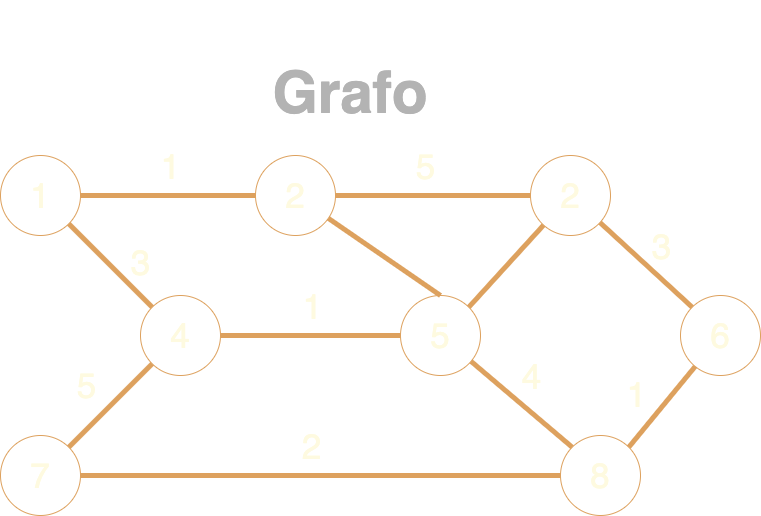
Before: src/img/grafo.png, a diagram exported from draw.io (MarioML-CR/grafo-secuencial). Source tidied: cells renumbered, new cells last; positions are measured from the earlier drawing's top-left corner, leaving out a move shared by most shapes.
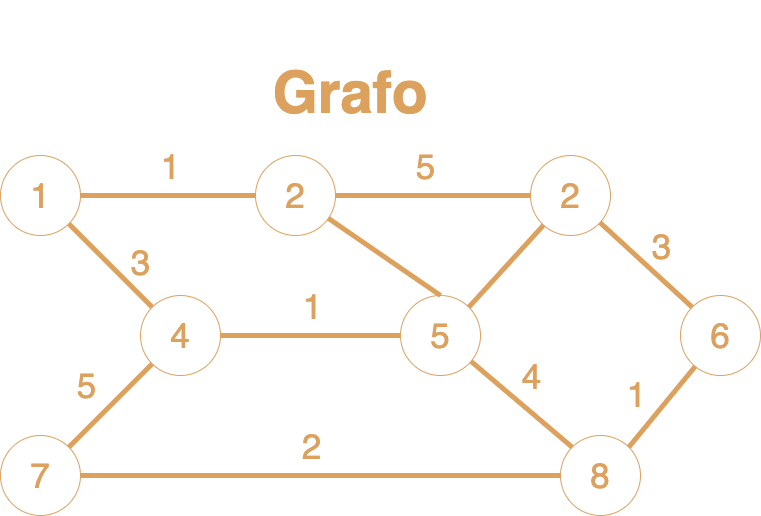
Later version of the same file.

What changed in the source:
```diff
@@ -5,7 +5,7 @@
     <mxCell id="2" style="edgeStyle=orthogonalEdgeStyle;rounded=0;jettySize=auto;html=1;entryX=0;entryY=0.5;entryDx=0;entryDy=0;endArrow=none;endFill=0;strokeWidth=5;fontFamily=open sans;fontSource=https%3A%2F%2Ffonts.googleapis.com%2Fcss%3Ffamily%3Dopen%2Bsans;fontSize=35;strokeColor=#DDA15E;fontColor=#FEFAE0;labelBackgroundColor=#283618;" parent="1" edge="1" source="6" target="10">
       <mxGeometry relative="1" as="geometry" />
     </mxCell>
-    <mxCell id="3" value="1" style="edgeLabel;html=1;align=center;verticalAlign=middle;fontSize=35;fontColor=#FEFAE0;labelBackgroundColor=none;" parent="2" vertex="1">
+    <mxCell id="3" value="&lt;font color=&quot;#dda15e&quot;&gt;1&lt;/font&gt;" style="edgeLabel;html=1;align=center;verticalAlign=middle;fontSize=35;fontColor=#FEFAE0;labelBackgroundColor=none;" parent="2" vertex="1">
       <mxGeometry relative="1" as="geometry">
         <mxPoint x="0.5" y="-30" as="offset" />
       </mxGeometry>
@@ -13,18 +13,18 @@
     <mxCell id="4" style="edgeStyle=none;rounded=0;jettySize=auto;html=1;entryX=0;entryY=0;entryDx=0;entryDy=0;endArrow=none;endFill=0;strokeWidth=5;fontFamily=open sans;fontSource=https%3A%2F%2Ffonts.googleapis.com%2Fcss%3Ffamily%3Dopen%2Bsans;fontSize=35;strokeColor=#DDA15E;fontColor=#FEFAE0;labelBackgroundColor=#283618;" parent="1" edge="1" source="6" target="17">
       <mxGeometry relative="1" as="geometry" />
     </mxCell>
-    <mxCell id="5" value="3" style="edgeLabel;html=1;align=center;verticalAlign=middle;fontSize=35;fontColor=#FEFAE0;labelBackgroundColor=none;" parent="4" vertex="1">
+    <mxCell id="5" value="&lt;font color=&quot;#dda15e&quot;&gt;3&lt;/font&gt;" style="edgeLabel;html=1;align=center;verticalAlign=middle;fontSize=35;fontColor=#FEFAE0;labelBackgroundColor=none;" parent="4" vertex="1">
       <mxGeometry y="4" relative="1" as="geometry">
         <mxPoint x="26.5" as="offset" />
       </mxGeometry>
     </mxCell>
-    <mxCell id="6" value="1" style="ellipse;whiteSpace=wrap;html=1;fillColor=none;fontSize=35;strokeColor=#DDA15E;fontColor=#FEFAE0;" parent="1" vertex="1">
+    <mxCell id="6" value="&lt;font color=&quot;#dda15e&quot;&gt;1&lt;/font&gt;" style="ellipse;whiteSpace=wrap;html=1;fillColor=none;fontSize=35;strokeColor=#DDA15E;fontColor=#FEFAE0;" parent="1" vertex="1">
       <mxGeometry y="140" width="80" height="80" as="geometry" />
     </mxCell>
     <mxCell id="7" style="edgeStyle=orthogonalEdgeStyle;rounded=0;jettySize=auto;html=1;entryX=0;entryY=0.5;entryDx=0;entryDy=0;endArrow=none;endFill=0;strokeWidth=5;fontFamily=open sans;fontSource=https%3A%2F%2Ffonts.googleapis.com%2Fcss%3Ffamily%3Dopen%2Bsans;fontSize=35;strokeColor=#DDA15E;fontColor=#FEFAE0;labelBackgroundColor=#283618;" parent="1" edge="1" source="10" target="14">
       <mxGeometry relative="1" as="geometry" />
     </mxCell>
-    <mxCell id="8" value="5" style="edgeLabel;html=1;align=center;verticalAlign=middle;fontSize=35;fontColor=#FEFAE0;labelBackgroundColor=none;" parent="7" vertex="1">
+    <mxCell id="8" value="&lt;font color=&quot;#dda15e&quot;&gt;5&lt;/font&gt;" style="edgeLabel;html=1;align=center;verticalAlign=middle;fontSize=35;fontColor=#FEFAE0;labelBackgroundColor=none;" parent="7" vertex="1">
       <mxGeometry x="-0.1" y="8" relative="1" as="geometry">
         <mxPoint x="0.5" y="-22" as="offset" />
       </mxGeometry>
@@ -32,13 +32,13 @@
     <mxCell id="9" style="edgeStyle=none;rounded=0;jettySize=auto;html=1;entryX=0.5;entryY=0;entryDx=0;entryDy=0;endArrow=none;endFill=0;strokeWidth=5;fontFamily=open sans;fontSource=https%3A%2F%2Ffonts.googleapis.com%2Fcss%3Ffamily%3Dopen%2Bsans;fontSize=35;strokeColor=#DDA15E;fontColor=#FEFAE0;labelBackgroundColor=#283618;" parent="1" edge="1" source="10" target="20">
       <mxGeometry relative="1" as="geometry" />
     </mxCell>
-    <mxCell id="10" value="2" style="ellipse;whiteSpace=wrap;html=1;fillColor=none;fontSize=35;strokeColor=#DDA15E;fontColor=#FEFAE0;" parent="1" vertex="1">
+    <mxCell id="10" value="&lt;font color=&quot;#dda15e&quot;&gt;2&lt;/font&gt;" style="ellipse;whiteSpace=wrap;html=1;fillColor=none;fontSize=35;strokeColor=#DDA15E;fontColor=#FEFAE0;" parent="1" vertex="1">
       <mxGeometry x="255" y="140" width="80" height="80" as="geometry" />
     </mxCell>
     <mxCell id="11" style="rounded=0;jettySize=auto;html=1;entryX=0;entryY=0;entryDx=0;entryDy=0;endArrow=none;endFill=0;strokeWidth=5;fontFamily=open sans;fontSource=https%3A%2F%2Ffonts.googleapis.com%2Fcss%3Ffamily%3Dopen%2Bsans;fontSize=35;strokeColor=#DDA15E;fontColor=#FEFAE0;labelBackgroundColor=#283618;" parent="1" edge="1" source="14" target="23">
       <mxGeometry relative="1" as="geometry" />
     </mxCell>
-    <mxCell id="12" value="3" style="edgeLabel;html=1;align=center;verticalAlign=middle;fontSize=35;fontColor=#FEFAE0;labelBackgroundColor=none;" parent="11" vertex="1">
+    <mxCell id="12" value="&lt;font color=&quot;#dda15e&quot;&gt;3&lt;/font&gt;" style="edgeLabel;html=1;align=center;verticalAlign=middle;fontSize=35;fontColor=#FEFAE0;labelBackgroundColor=none;" parent="11" vertex="1">
       <mxGeometry x="0.09" y="1" relative="1" as="geometry">
         <mxPoint x="10.1" y="-21.9" as="offset" />
       </mxGeometry>
@@ -46,46 +46,46 @@
     <mxCell id="13" style="edgeStyle=none;rounded=0;jettySize=auto;html=1;entryX=1;entryY=0;entryDx=0;entryDy=0;endArrow=none;endFill=0;strokeWidth=5;fontFamily=open sans;fontSource=https%3A%2F%2Ffonts.googleapis.com%2Fcss%3Ffamily%3Dopen%2Bsans;fontSize=35;strokeColor=#DDA15E;fontColor=#FEFAE0;labelBackgroundColor=#283618;" parent="1" edge="1" source="14" target="20">
       <mxGeometry relative="1" as="geometry" />
     </mxCell>
-    <mxCell id="14" value="2" style="ellipse;whiteSpace=wrap;html=1;fillColor=none;fontSize=35;strokeColor=#DDA15E;fontColor=#FEFAE0;" parent="1" vertex="1">
+    <mxCell id="14" value="&lt;font color=&quot;#dda15e&quot;&gt;2&lt;/font&gt;" style="ellipse;whiteSpace=wrap;html=1;fillColor=none;fontSize=35;strokeColor=#DDA15E;fontColor=#FEFAE0;" parent="1" vertex="1">
       <mxGeometry x="530" y="140" width="80" height="80" as="geometry" />
     </mxCell>
     <mxCell id="15" style="edgeStyle=none;rounded=0;jettySize=auto;html=1;entryX=0;entryY=0.5;entryDx=0;entryDy=0;endArrow=none;endFill=0;strokeWidth=5;fontFamily=open sans;fontSource=https%3A%2F%2Ffonts.googleapis.com%2Fcss%3Ffamily%3Dopen%2Bsans;fontSize=35;strokeColor=#DDA15E;fontColor=#FEFAE0;labelBackgroundColor=#283618;" parent="1" edge="1" source="17" target="20">
       <mxGeometry relative="1" as="geometry" />
     </mxCell>
-    <mxCell id="16" value="1" style="edgeLabel;html=1;align=center;verticalAlign=middle;fontSize=35;fontColor=#FEFAE0;labelBackgroundColor=none;" parent="15" vertex="1">
+    <mxCell id="16" value="&lt;font color=&quot;#dda15e&quot;&gt;1&lt;/font&gt;" style="edgeLabel;html=1;align=center;verticalAlign=middle;fontSize=35;fontColor=#FEFAE0;labelBackgroundColor=none;" parent="15" vertex="1">
       <mxGeometry x="-0.14" y="3" relative="1" as="geometry">
         <mxPoint x="12.5" y="-27" as="offset" />
       </mxGeometry>
     </mxCell>
-    <mxCell id="17" value="4" style="ellipse;whiteSpace=wrap;html=1;fillColor=none;fontSize=35;strokeColor=#DDA15E;fontColor=#FEFAE0;" parent="1" vertex="1">
+    <mxCell id="17" value="&lt;font color=&quot;#dda15e&quot;&gt;4&lt;/font&gt;" style="ellipse;whiteSpace=wrap;html=1;fillColor=none;fontSize=35;strokeColor=#DDA15E;fontColor=#FEFAE0;" parent="1" vertex="1">
       <mxGeometry x="140" y="280" width="80" height="80" as="geometry" />
     </mxCell>
     <mxCell id="18" style="edgeStyle=none;rounded=0;jettySize=auto;html=1;entryX=0;entryY=0;entryDx=0;entryDy=0;endArrow=none;endFill=0;strokeWidth=5;fontFamily=open sans;fontSource=https%3A%2F%2Ffonts.googleapis.com%2Fcss%3Ffamily%3Dopen%2Bsans;fontSize=35;strokeColor=#DDA15E;fontColor=#FEFAE0;labelBackgroundColor=#283618;" parent="1" edge="1" source="20" target="29">
       <mxGeometry relative="1" as="geometry" />
     </mxCell>
-    <mxCell id="19" value="4" style="edgeLabel;html=1;align=center;verticalAlign=middle;fontSize=35;fontColor=#FEFAE0;labelBackgroundColor=none;" parent="18" vertex="1">
+    <mxCell id="19" value="&lt;font color=&quot;#dda15e&quot;&gt;4&lt;/font&gt;" style="edgeLabel;html=1;align=center;verticalAlign=middle;fontSize=35;fontColor=#FEFAE0;labelBackgroundColor=none;" parent="18" vertex="1">
       <mxGeometry x="-0.07" y="4" relative="1" as="geometry">
         <mxPoint x="9.6" y="-22.9" as="offset" />
       </mxGeometry>
     </mxCell>
-    <mxCell id="20" value="5" style="ellipse;whiteSpace=wrap;html=1;fillColor=none;fontSize=35;strokeColor=#DDA15E;fontColor=#FEFAE0;" parent="1" vertex="1">
+    <mxCell id="20" value="&lt;font color=&quot;#dda15e&quot;&gt;5&lt;/font&gt;" style="ellipse;whiteSpace=wrap;html=1;fillColor=none;fontSize=35;strokeColor=#DDA15E;fontColor=#FEFAE0;" parent="1" vertex="1">
       <mxGeometry x="400" y="280" width="80" height="80" as="geometry" />
     </mxCell>
     <mxCell id="21" style="edgeStyle=none;rounded=0;jettySize=auto;html=1;entryX=1;entryY=0;entryDx=0;entryDy=0;endArrow=none;endFill=0;strokeWidth=5;fontFamily=open sans;fontSource=https%3A%2F%2Ffonts.googleapis.com%2Fcss%3Ffamily%3Dopen%2Bsans;fontSize=35;strokeColor=#DDA15E;fontColor=#FEFAE0;labelBackgroundColor=#283618;" parent="1" edge="1" source="23" target="29">
       <mxGeometry relative="1" as="geometry" />
     </mxCell>
-    <mxCell id="22" value="1" style="edgeLabel;html=1;align=center;verticalAlign=middle;fontSize=35;fontColor=#FEFAE0;labelBackgroundColor=none;" parent="21" vertex="1">
+    <mxCell id="22" value="&lt;font color=&quot;#dda15e&quot;&gt;1&lt;/font&gt;" style="edgeLabel;html=1;align=center;verticalAlign=middle;fontSize=35;fontColor=#FEFAE0;labelBackgroundColor=none;" parent="21" vertex="1">
       <mxGeometry x="-0.06" y="2" relative="1" as="geometry">
         <mxPoint x="-30.5" y="-10.8" as="offset" />
       </mxGeometry>
     </mxCell>
-    <mxCell id="23" value="6" style="ellipse;whiteSpace=wrap;html=1;fillColor=none;fontSize=35;strokeColor=#DDA15E;fontColor=#FEFAE0;" parent="1" vertex="1">
+    <mxCell id="23" value="&lt;font color=&quot;#dda15e&quot;&gt;6&lt;/font&gt;" style="ellipse;whiteSpace=wrap;html=1;fillColor=none;fontSize=35;strokeColor=#DDA15E;fontColor=#FEFAE0;" parent="1" vertex="1">
       <mxGeometry x="680" y="280" width="80" height="80" as="geometry" />
     </mxCell>
     <mxCell id="24" style="edgeStyle=none;rounded=0;jettySize=auto;html=1;entryX=0;entryY=1;entryDx=0;entryDy=0;endArrow=none;endFill=0;strokeWidth=5;fontFamily=open sans;fontSource=https%3A%2F%2Ffonts.googleapis.com%2Fcss%3Ffamily%3Dopen%2Bsans;fontSize=35;strokeColor=#DDA15E;fontColor=#FEFAE0;labelBackgroundColor=#283618;" parent="1" edge="1" source="28" target="17">
       <mxGeometry relative="1" as="geometry" />
     </mxCell>
-    <mxCell id="25" value="5" style="edgeLabel;html=1;align=center;verticalAlign=middle;fontSize=35;fontColor=#FEFAE0;labelBackgroundColor=none;" parent="24" vertex="1">
+    <mxCell id="25" value="&lt;font color=&quot;#dda15e&quot;&gt;5&lt;/font&gt;" style="edgeLabel;html=1;align=center;verticalAlign=middle;fontSize=35;fontColor=#FEFAE0;labelBackgroundColor=none;" parent="24" vertex="1">
       <mxGeometry x="-0.06" y="7" relative="1" as="geometry">
         <mxPoint x="-18.2" y="-17.9" as="offset" />
       </mxGeometry>
@@ -93,18 +93,18 @@
     <mxCell id="26" style="edgeStyle=none;rounded=0;jettySize=auto;html=1;entryX=0;entryY=0.5;entryDx=0;entryDy=0;endArrow=none;endFill=0;strokeWidth=5;fontFamily=open sans;fontSource=https%3A%2F%2Ffonts.googleapis.com%2Fcss%3Ffamily%3Dopen%2Bsans;fontSize=35;strokeColor=#DDA15E;fontColor=#FEFAE0;labelBackgroundColor=#283618;" parent="1" edge="1" source="28" target="29">
       <mxGeometry relative="1" as="geometry" />
     </mxCell>
-    <mxCell id="27" value="2" style="edgeLabel;html=1;align=center;verticalAlign=middle;fontSize=35;fontColor=#FEFAE0;labelBackgroundColor=none;" parent="26" vertex="1">
+    <mxCell id="27" value="&lt;font color=&quot;#dda15e&quot;&gt;2&lt;/font&gt;" style="edgeLabel;html=1;align=center;verticalAlign=middle;fontSize=35;fontColor=#FEFAE0;labelBackgroundColor=none;" parent="26" vertex="1">
       <mxGeometry x="-0.04" y="8" relative="1" as="geometry">
         <mxPoint y="-22" as="offset" />
       </mxGeometry>
     </mxCell>
-    <mxCell id="28" value="7" style="ellipse;whiteSpace=wrap;html=1;fillColor=none;fontSize=35;strokeColor=#DDA15E;fontColor=#FEFAE0;" parent="1" vertex="1">
+    <mxCell id="28" value="&lt;font color=&quot;#dda15e&quot;&gt;7&lt;/font&gt;" style="ellipse;whiteSpace=wrap;html=1;fillColor=none;fontSize=35;strokeColor=#DDA15E;fontColor=#FEFAE0;" parent="1" vertex="1">
       <mxGeometry y="420" width="80" height="80" as="geometry" />
     </mxCell>
-    <mxCell id="29" value="8" style="ellipse;whiteSpace=wrap;html=1;fillColor=none;fontSize=35;strokeColor=#DDA15E;fontColor=#FEFAE0;" parent="1" vertex="1">
+    <mxCell id="29" value="&lt;font color=&quot;#dda15e&quot;&gt;8&lt;/font&gt;" style="ellipse;whiteSpace=wrap;html=1;fillColor=none;fontSize=35;strokeColor=#DDA15E;fontColor=#FEFAE0;" parent="1" vertex="1">
       <mxGeometry x="560" y="420" width="80" height="80" as="geometry" />
     </mxCell>
-    <mxCell id="30" value="&lt;h1&gt;&lt;font style=&quot;font-size: 58px&quot; color=&quot;#b3b3b3&quot;&gt;Grafo&lt;/font&gt;&lt;/h1&gt;" style="text;html=1;strokeColor=none;fillColor=none;spacing=5;spacingTop=-20;whiteSpace=wrap;overflow=hidden;rounded=0;fontSize=35;align=center;verticalAlign=middle;fontColor=#FEFAE0;" parent="1" vertex="1">
+    <mxCell id="30" value="&lt;h1&gt;&lt;font style=&quot;font-size: 58px&quot; color=&quot;#dda15e&quot;&gt;Grafo&lt;/font&gt;&lt;/h1&gt;" style="text;html=1;strokeColor=none;fillColor=none;spacing=5;spacingTop=-20;whiteSpace=wrap;overflow=hidden;rounded=0;fontSize=35;align=center;verticalAlign=middle;fontColor=#FEFAE0;" parent="1" vertex="1">
       <mxGeometry x="80" width="540" height="130" as="geometry" />
     </mxCell>
   </root>
```
